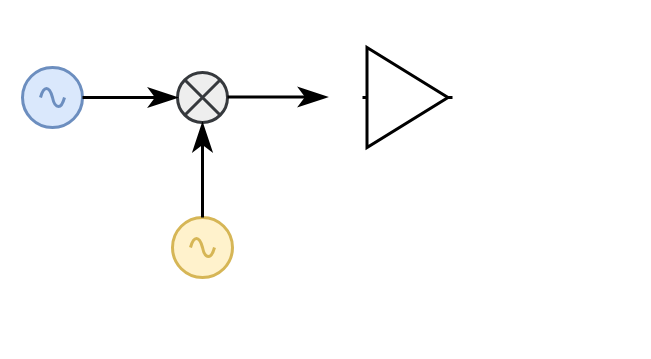
QuantumDevil/DissertationPlot keeps this draw.io diagram as Block_Diagram/Untitled Diagram.drawio. Above is the earlier version. Source tidied: cells renumbered, new cells numbered last; positions are measured from the earlier drawing's top-left corner, leaving out a move shared by most shapes. Both pictures are drawn from the tidied source at 100%, with x=0, y=0 at pixel (22, 47).
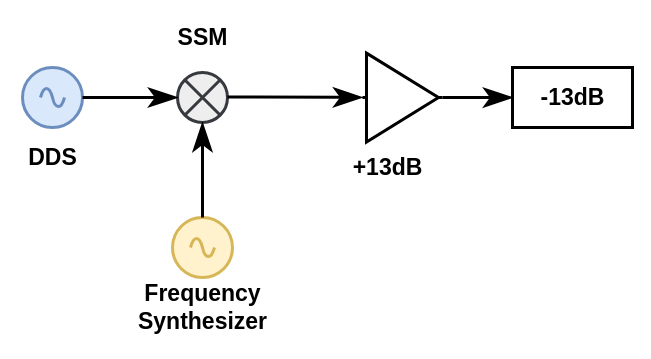
The same page after the edit.

Change to the diagram source:
```diff
@@
 <mxGraphModel>
   <root>
     <mxCell id="0" />
     <mxCell id="1" parent="0" />
     <mxCell id="2" style="verticalLabelPosition=bottom;shadow=0;dashed=0;align=center;html=1;verticalAlign=top;shape=mxgraph.electrical.signal_sources.source;points=[[0.5,0,0],[1,0.5,0],[0.5,1,0],[0,0.5,0]];elSignalType=ac;strokeWidth=3;fillColor=#dae8fc;strokeColor=#6c8ebf;" parent="1" vertex="1">
       <mxGeometry y="20" width="60" height="60" as="geometry" />
     </mxCell>
     <mxCell id="3" style="verticalLabelPosition=bottom;shadow=0;dashed=0;align=center;html=1;verticalAlign=top;shape=mxgraph.electrical.signal_sources.source;points=[[0.5,0,0],[1,0.5,0],[0.5,1,0],[0,0.5,0]];elSignalType=ac;strokeWidth=3;fillColor=#fff2cc;strokeColor=#d6b656;" parent="1" vertex="1">
       <mxGeometry x="150" y="170" width="60" height="60" as="geometry" />
     </mxCell>
     <mxCell id="4" style="verticalLabelPosition=bottom;shadow=0;dashed=0;align=center;html=1;verticalAlign=top;shape=mxgraph.electrical.abstract.multiplier;strokeWidth=3;fillColor=#eeeeee;strokeColor=#36393d;" parent="1" vertex="1">
       <mxGeometry x="155" y="25" width="50" height="50" as="geometry" />
     </mxCell>
     <mxCell id="5" style="endArrow=classicThin;html=1;strokeWidth=3;endSize=20;rounded=0;exitX=1;exitY=0.5;exitDx=0;exitDy=0;exitPerimeter=0;entryX=0;entryY=0.5;entryDx=0;entryDy=0;entryPerimeter=0;" parent="1" edge="1" source="2" target="4">
       <mxGeometry relative="1" as="geometry" />
     </mxCell>
     <mxCell id="6" style="endArrow=classicThin;html=1;strokeWidth=3;endSize=20;rounded=0;exitX=0.5;exitY=0;exitDx=0;exitDy=0;exitPerimeter=0;entryX=0.5;entryY=1;entryDx=0;entryDy=0;entryPerimeter=0;" parent="1" edge="1" source="3" target="4">
       <mxGeometry relative="1" as="geometry" />
     </mxCell>
-    <mxCell id="7" style="endArrow=classicThin;html=1;strokeWidth=3;endSize=20;rounded=0;" parent="1" edge="1">
+    <mxCell id="7" style="endArrow=classicThin;html=1;strokeWidth=3;endSize=20;rounded=0;" parent="1" edge="1" target="8">
       <mxGeometry relative="1" as="geometry">
         <mxPoint x="205" y="49.5" as="sourcePoint" />
-        <mxPoint x="305" y="49.5" as="targetPoint" />
       </mxGeometry>
     </mxCell>
     <mxCell id="8" style="verticalLabelPosition=bottom;shadow=0;dashed=0;align=center;html=1;verticalAlign=top;shape=mxgraph.electrical.abstract.amplifier;strokeWidth=3;" parent="1" vertex="1">
-      <mxGeometry x="340" width="90" height="100" as="geometry" />
+      <mxGeometry x="340" y="5.6" width="80" height="88.9" as="geometry" />
     </mxCell>
+    <mxCell id="9" value="+13dB" style="text;html=1;align=center;verticalAlign=middle;strokeColor=none;fillColor=none;strokeWidth=1;fontFamily=Congenial;fontSize=23;fontStyle=1;" parent="1" vertex="1">
+      <mxGeometry x="320" y="100" width="90" height="40" as="geometry" />
+    </mxCell>
+    <mxCell id="10" style="endArrow=classicThin;html=1;strokeWidth=3;endSize=20;rounded=0;exitX=1;exitY=0.5;exitDx=0;exitDy=0;exitPerimeter=0;entryX=0;entryY=0.5;entryDx=0;entryDy=0;entryPerimeter=0;" parent="1" edge="1" source="8" target="12">
+      <mxGeometry relative="1" as="geometry" />
+    </mxCell>
+    <mxCell id="11" style="group;" parent="1" vertex="1">
+      <mxGeometry x="490" y="20" width="120" height="60" as="geometry" />
+    </mxCell>
+    <mxCell id="12" style="verticalLabelPosition=bottom;verticalAlign=top;html=1;shape=mxgraph.basic.rect;fillColor2=none;strokeWidth=3;size=20;indent=5;" parent="11" vertex="1">
+      <mxGeometry width="120" height="60" as="geometry" />
+    </mxCell>
+    <mxCell id="13" value="-13dB" style="text;html=1;align=center;verticalAlign=middle;strokeColor=none;fillColor=none;strokeWidth=1;fontFamily=Congenial;fontSize=23;fontStyle=1;" parent="11" vertex="1">
+      <mxGeometry x="20" y="10" width="80" height="40" as="geometry" />
+    </mxCell>
+    <mxCell id="14" value="Frequency&lt;div&gt;Synthesizer&lt;/div&gt;" style="text;html=1;align=center;verticalAlign=middle;strokeColor=none;fillColor=none;strokeWidth=1;fontFamily=Congenial;fontSize=23;fontStyle=1;" parent="1" vertex="1">
+      <mxGeometry x="115" y="225" width="130" height="70" as="geometry" />
+    </mxCell>
+    <mxCell id="15" value="&lt;div&gt;DDS&lt;/div&gt;" style="text;html=1;align=center;verticalAlign=middle;strokeColor=none;fillColor=none;strokeWidth=1;fontFamily=Congenial;fontSize=23;fontStyle=1;" parent="1" vertex="1">
+      <mxGeometry x="-5" y="90" width="70" height="40" as="geometry" />
+    </mxCell>
+    <mxCell id="16" value="&lt;div&gt;SSM&lt;/div&gt;" style="text;html=1;align=center;verticalAlign=middle;strokeColor=none;fillColor=none;strokeWidth=1;fontFamily=Congenial;fontSize=23;fontStyle=1;" parent="1" vertex="1">
+      <mxGeometry x="145" y="-30" width="70" height="40" as="geometry" />
+    </mxCell>
   </root>
 </mxGraphModel>
```
